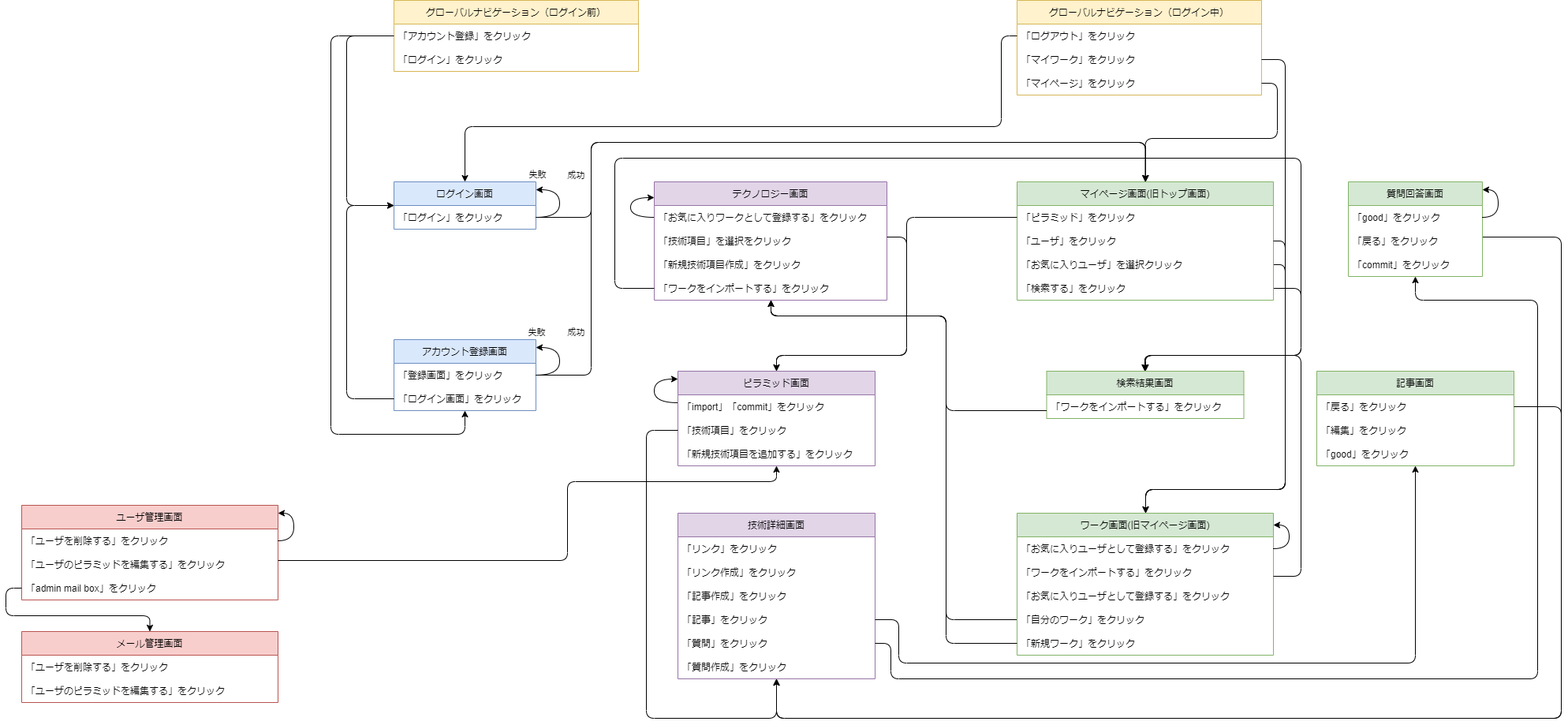
TakeshiAono/technology_pyramid keeps this draw.io diagram as document/画面遷移図.drawio.png. Above is the earlier version. Source tidied: cells renumbered, new cells last; positions are measured from the earlier drawing's top-left corner, leaving out a move shared by most shapes.
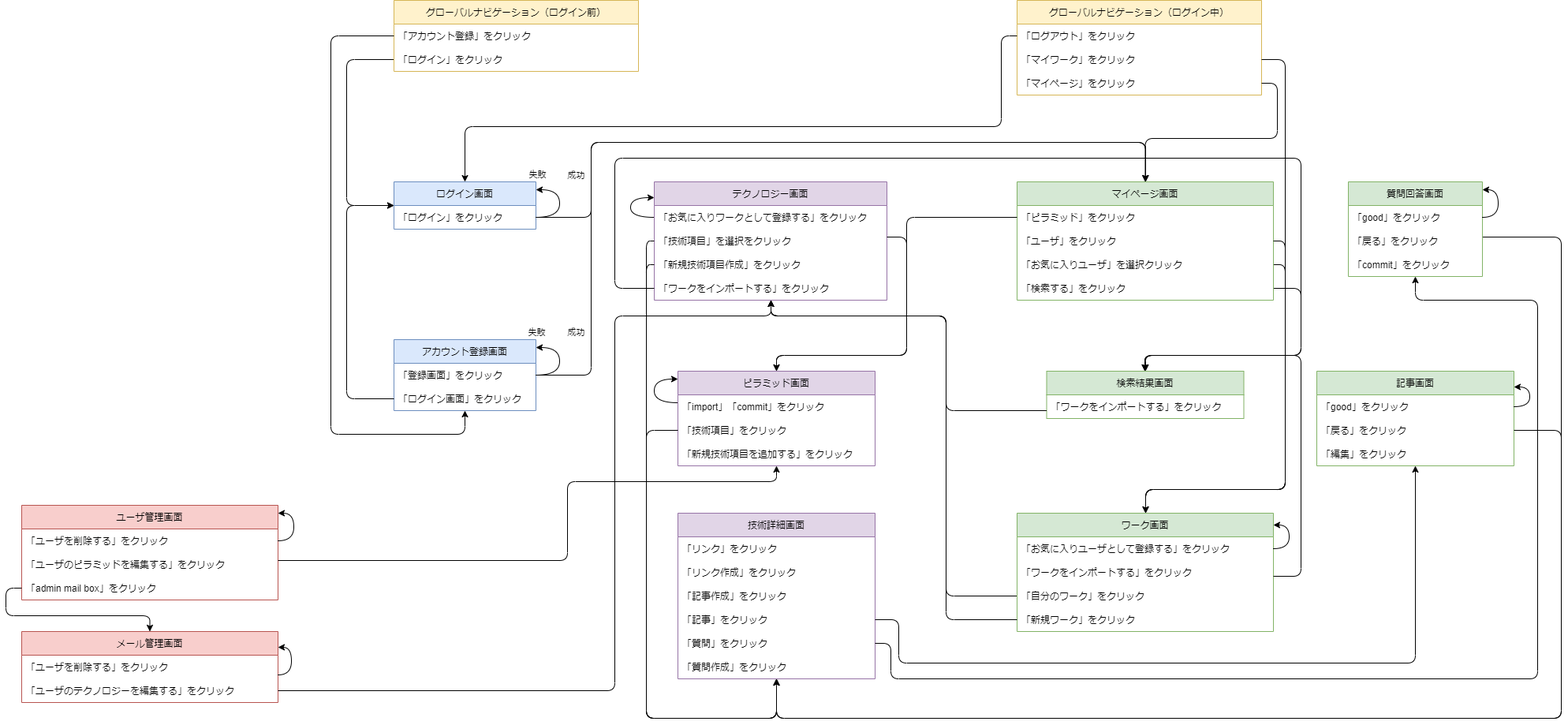
The same file after the commit.

Diff of the diagram source:
```diff
@@ -124,19 +124,27 @@
     <mxCell id="28" value="記事画面" style="swimlane;fontStyle=0;horizontal=1;startSize=30;fillColor=#d5e8d4;strokeColor=#82b366;" parent="1" vertex="1">
       <mxGeometry x="1642" y="470" width="250" height="120" as="geometry" />
     </mxCell>
+    <mxCell id="31" value="「good」をクリック" style="text;strokeColor=none;fillColor=none;align=left;verticalAlign=middle;spacingLeft=4;spacingRight=4;overflow=hidden;points=[[0,0.5],[1,0.5]];portConstraint=eastwest;" parent="28" vertex="1">
+      <mxGeometry y="30" width="250" height="30" as="geometry" />
+    </mxCell>
     <mxCell id="29" value="「戻る」をクリック" style="text;strokeColor=none;fillColor=none;align=left;verticalAlign=middle;spacingLeft=4;spacingRight=4;overflow=hidden;points=[[0,0.5],[1,0.5]];portConstraint=eastwest;" parent="28" vertex="1">
-      <mxGeometry y="30" width="250" height="30" as="geometry" />
+      <mxGeometry y="60" width="250" height="30" as="geometry" />
     </mxCell>
     <mxCell id="30" value="「編集」をクリック" style="text;strokeColor=none;fillColor=none;align=left;verticalAlign=middle;spacingLeft=4;spacingRight=4;overflow=hidden;" parent="28" vertex="1">
-      <mxGeometry y="60" width="250" height="30" as="geometry" />
+      <mxGeometry y="90" width="250" height="30" as="geometry" />
     </mxCell>
-    <mxCell id="31" value="「good」をクリック" style="text;strokeColor=none;fillColor=none;align=left;verticalAlign=middle;spacingLeft=4;spacingRight=4;overflow=hidden;points=[[0,0.5],[1,0.5]];portConstraint=eastwest;" parent="28" vertex="1">
-      <mxGeometry y="90" width="250" height="30" as="geometry" />
-    </mxCell>
+    <mxCell id="95" style="edgeStyle=orthogonalEdgeStyle;rounded=1;jettySize=auto;html=1;curved=1;" parent="28" edge="1" source="31" target="28">
+      <mxGeometry relative="1" as="geometry">
+        <Array as="points">
+          <mxPoint x="270" y="45" />
+          <mxPoint x="270" y="20" />
+        </Array>
+      </mxGeometry>
+    </mxCell>
     <mxCell id="32" style="edgeStyle=orthogonalEdgeStyle;rounded=1;jettySize=auto;html=1;" parent="1" edge="1" source="29" target="20">
       <mxGeometry relative="1" as="geometry">
         <Array as="points">
-          <mxPoint x="1952" y="515" />
+          <mxPoint x="1952" y="545" />
           <mxPoint x="1952" y="910" />
           <mxPoint x="957" y="910" />
         </Array>
@@ -211,10 +219,10 @@
     <mxCell id="45" value="「マイページ」をクリック" style="text;strokeColor=none;fillColor=none;align=left;verticalAlign=middle;spacingLeft=4;spacingRight=4;overflow=hidden;points=[[0,0.5],[1,0.5]];portConstraint=eastwest;" parent="42" vertex="1">
       <mxGeometry y="90" width="310" height="30" as="geometry" />
     </mxCell>
-    <mxCell id="46" style="edgeStyle=orthogonalEdgeStyle;rounded=1;jettySize=auto;html=1;" parent="1" edge="1" source="47" target="4">
+    <mxCell id="46" style="edgeStyle=orthogonalEdgeStyle;rounded=1;jettySize=auto;html=1;" parent="1" edge="1" source="49" target="4">
       <mxGeometry relative="1" as="geometry">
         <Array as="points">
-          <mxPoint x="412" y="45" />
+          <mxPoint x="412" y="75" />
           <mxPoint x="412" y="260" />
         </Array>
       </mxGeometry>
@@ -299,7 +307,7 @@
     <mxCell id="63" style="edgeStyle=orthogonalEdgeStyle;rounded=1;jettySize=auto;html=1;" parent="1" edge="1" source="82" target="57">
       <mxGeometry relative="1" as="geometry">
         <Array as="points">
-          <mxPoint x="1172" y="785" />
+          <mxPoint x="1172" y="755" />
           <mxPoint x="1172" y="400" />
           <mxPoint x="950" y="400" />
         </Array>
@@ -314,7 +322,7 @@
         </Array>
       </mxGeometry>
     </mxCell>
-    <mxCell id="65" value="マイページ画面(旧トップ画面)" style="swimlane;fontStyle=0;horizontal=1;startSize=30;fillColor=#d5e8d4;strokeColor=#82b366;" parent="1" vertex="1">
+    <mxCell id="65" value="マイページ画面" style="swimlane;fontStyle=0;horizontal=1;startSize=30;fillColor=#d5e8d4;strokeColor=#82b366;" parent="1" vertex="1">
       <mxGeometry x="1262" y="230" width="325" height="150" as="geometry" />
     </mxCell>
     <mxCell id="66" value="「ピラミッド」をクリック" style="text;strokeColor=none;fillColor=none;align=left;verticalAlign=middle;spacingLeft=4;spacingRight=4;overflow=hidden;points=[[0,0.5],[1,0.5]];portConstraint=eastwest;" parent="65" vertex="1">
@@ -376,8 +384,8 @@
         </Array>
       </mxGeometry>
     </mxCell>
-    <mxCell id="78" value="ワーク画面(旧マイページ画面)" style="swimlane;fontStyle=0;horizontal=1;startSize=30;fillColor=#d5e8d4;strokeColor=#82b366;" parent="1" vertex="1">
-      <mxGeometry x="1262" y="650" width="325" height="180" as="geometry" />
+    <mxCell id="78" value="ワーク画面" style="swimlane;fontStyle=0;horizontal=1;startSize=30;fillColor=#d5e8d4;strokeColor=#82b366;" parent="1" vertex="1">
+      <mxGeometry x="1262" y="650" width="325" height="150" as="geometry" />
     </mxCell>
     <mxCell id="79" value="「お気に入りユーザとして登録する」をクリック" style="text;strokeColor=none;fillColor=none;align=left;verticalAlign=middle;spacingLeft=4;spacingRight=4;overflow=hidden;points=[[0,0.5],[1,0.5]];portConstraint=eastwest;" parent="78" vertex="1">
       <mxGeometry y="30" width="325" height="30" as="geometry" />
@@ -385,14 +393,11 @@
     <mxCell id="80" value="「ワークをインポートする」をクリック" style="text;strokeColor=none;fillColor=none;align=left;verticalAlign=middle;spacingLeft=4;spacingRight=4;overflow=hidden;points=[[0,0.5],[1,0.5]];portConstraint=eastwest;" parent="78" vertex="1">
       <mxGeometry y="60" width="325" height="30" as="geometry" />
     </mxCell>
-    <mxCell id="81" value="「お気に入りユーザとして登録する」をクリック" style="text;strokeColor=none;fillColor=none;align=left;verticalAlign=middle;spacingLeft=4;spacingRight=4;overflow=hidden;" parent="78" vertex="1">
-      <mxGeometry y="90" width="325" height="30" as="geometry" />
-    </mxCell>
     <mxCell id="82" value="「自分のワーク」をクリック" style="text;strokeColor=none;fillColor=none;align=left;verticalAlign=middle;spacingLeft=4;spacingRight=4;overflow=hidden;points=[[0,0.5],[1,0.5]];portConstraint=eastwest;" parent="78" vertex="1">
-      <mxGeometry y="120" width="325" height="30" as="geometry" />
+      <mxGeometry y="90" width="325" height="30" as="geometry" />
     </mxCell>
     <mxCell id="83" value="「新規ワーク」をクリック" style="text;strokeColor=none;fillColor=none;align=left;verticalAlign=middle;spacingLeft=4;spacingRight=4;overflow=hidden;points=[[0,0.5],[1,0.5]];portConstraint=eastwest;" parent="78" vertex="1">
-      <mxGeometry y="150" width="325" height="30" as="geometry" />
+      <mxGeometry y="120" width="325" height="30" as="geometry" />
     </mxCell>
     <mxCell id="84" style="edgeStyle=orthogonalEdgeStyle;rounded=1;jettySize=auto;html=1;curved=1;" parent="78" edge="1" source="79" target="78">
       <mxGeometry relative="1" as="geometry">
@@ -405,7 +410,7 @@
     <mxCell id="85" style="edgeStyle=orthogonalEdgeStyle;rounded=1;jettySize=auto;html=1;" parent="1" edge="1" source="83" target="57">
       <mxGeometry relative="1" as="geometry">
         <Array as="points">
-          <mxPoint x="1172" y="815" />
+          <mxPoint x="1172" y="785" />
           <mxPoint x="1172" y="400" />
           <mxPoint x="950" y="400" />
         </Array>
@@ -455,9 +460,17 @@
     <mxCell id="91" value="「ユーザを削除する」をクリック" style="text;strokeColor=none;fillColor=none;align=left;verticalAlign=middle;spacingLeft=4;spacingRight=4;overflow=hidden;points=[[0,0.5],[1,0.5]];portConstraint=eastwest;" parent="90" vertex="1">
       <mxGeometry y="30" width="325" height="30" as="geometry" />
     </mxCell>
-    <mxCell id="92" value="「ユーザのピラミッドを編集する」をクリック" style="text;strokeColor=none;fillColor=none;align=left;verticalAlign=middle;spacingLeft=4;spacingRight=4;overflow=hidden;points=[[0,0.5],[1,0.5]];portConstraint=eastwest;" parent="90" vertex="1">
+    <mxCell id="92" value="「ユーザのテクノロジーを編集する」をクリック" style="text;strokeColor=none;fillColor=none;align=left;verticalAlign=middle;spacingLeft=4;spacingRight=4;overflow=hidden;points=[[0,0.5],[1,0.5]];portConstraint=eastwest;" parent="90" vertex="1">
       <mxGeometry y="60" width="325" height="30" as="geometry" />
     </mxCell>
+    <mxCell id="96" style="edgeStyle=orthogonalEdgeStyle;rounded=1;jettySize=auto;html=1;curved=1;" parent="90" edge="1" source="91" target="90">
+      <mxGeometry relative="1" as="geometry">
+        <Array as="points">
+          <mxPoint x="342" y="55" />
+          <mxPoint x="342" y="20" />
+        </Array>
+      </mxGeometry>
+    </mxCell>
     <mxCell id="93" style="edgeStyle=orthogonalEdgeStyle;rounded=1;jettySize=auto;html=1;" parent="1" edge="1" source="76" target="90">
       <mxGeometry relative="1" as="geometry" />
     </mxCell>
@@ -470,5 +483,32 @@
         </Array>
       </mxGeometry>
     </mxCell>
+    <mxCell id="97" style="edgeStyle=orthogonalEdgeStyle;html=1;" parent="1" edge="1" source="92" target="57">
+      <mxGeometry relative="1" as="geometry">
+        <Array as="points">
+          <mxPoint x="752" y="875" />
+          <mxPoint x="752" y="400" />
+          <mxPoint x="950" y="400" />
+        </Array>
+      </mxGeometry>
+    </mxCell>
+    <mxCell id="98" style="edgeStyle=orthogonalEdgeStyle;html=1;" parent="1" edge="1" source="59" target="20">
+      <mxGeometry relative="1" as="geometry">
+        <Array as="points">
+          <mxPoint x="792" y="305" />
+          <mxPoint x="792" y="910" />
+          <mxPoint x="957" y="910" />
+        </Array>
+      </mxGeometry>
+    </mxCell>
+    <mxCell id="99" style="edgeStyle=orthogonalEdgeStyle;html=1;" parent="1" edge="1" source="60" target="20">
+      <mxGeometry relative="1" as="geometry">
+        <Array as="points">
+          <mxPoint x="792" y="335" />
+          <mxPoint x="792" y="910" />
+          <mxPoint x="957" y="910" />
+        </Array>
+      </mxGeometry>
+    </mxCell>
   </root>
 </mxGraphModel>
```
